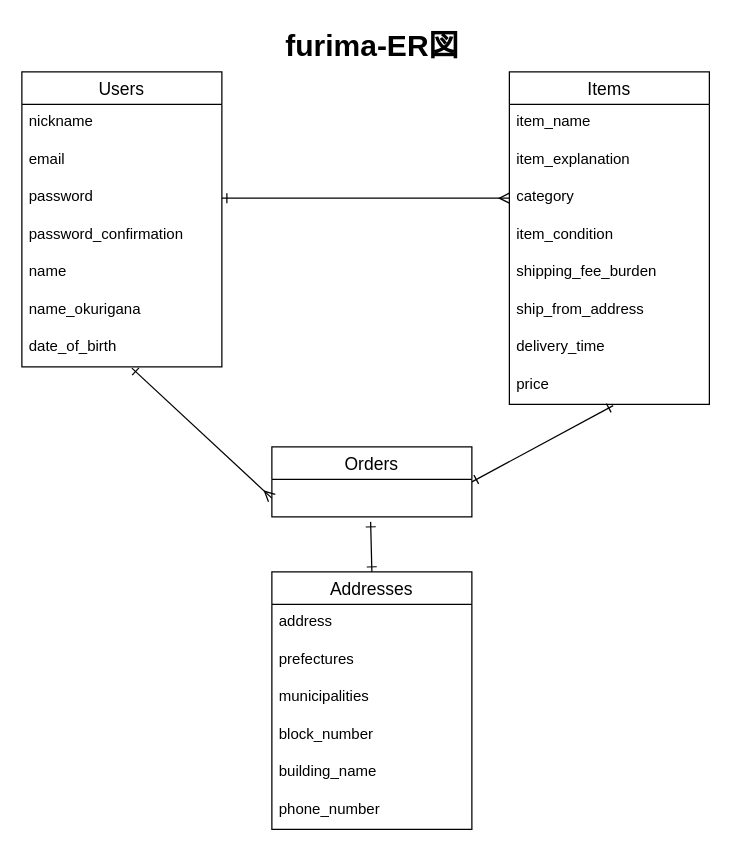
This is furima.dio from okahiro0701/furima-40232, a draw.io file, before an edit. Source tidied: cells renumbered, new cells numbered last; positions are measured from the earlier drawing's top-left corner, leaving out a move shared by most shapes. Both pictures are drawn from the tidied source at 125%, with x=0, y=0 at pixel (21, 21).
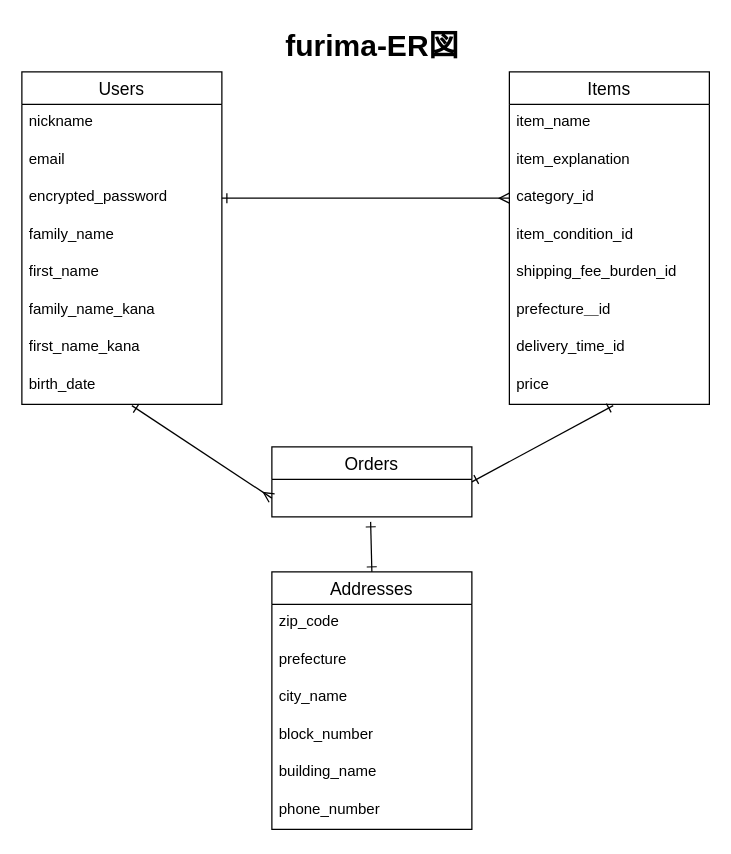
The same diagram, later.

Commit message (it also covers changes not shown here):
DB設計の修正2

The change refers to these unchanged cells:
```xml
<mxCell id="11" value="Items" style="swimlane;fontStyle=0;horizontal=1;startSize=26;align=center;fontSize=14;" parent="1" vertex="1">
  <mxGeometry x="390" y="40" width="160" height="266" as="geometry" />
</mxCell>
<mxCell id="24" value="Addresses" style="swimlane;fontStyle=0;horizontal=1;startSize=26;align=center;fontSize=14;" parent="1" vertex="1">
  <mxGeometry x="200" y="440" width="160" height="206" as="geometry" />
</mxCell>
```

The edit, as a diff of the source:
```diff
@@
     <mxCell id="3" value="Users" style="swimlane;fontStyle=0;horizontal=1;startSize=26;align=center;fontSize=14;" parent="1" vertex="1">
-      <mxGeometry y="40" width="160" height="236" as="geometry" />
+      <mxGeometry y="40" width="160" height="266" as="geometry" />
     </mxCell>
@@
-    <mxCell id="6" value="password&#10;" style="text;strokeColor=none;fillColor=none;spacingLeft=4;spacingRight=4;overflow=hidden;points=[[0,0.5],[1,0.5]];portConstraint=eastwest;fontSize=12;" parent="3" vertex="1">
+    <mxCell id="6" value="encrypted_password" style="text;strokeColor=none;fillColor=none;spacingLeft=4;spacingRight=4;overflow=hidden;points=[[0,0.5],[1,0.5]];portConstraint=eastwest;fontSize=12;" parent="3" vertex="1">
       <mxGeometry y="86" width="160" height="30" as="geometry" />
     </mxCell>
-    <mxCell id="7" value="password_confirmation" style="text;strokeColor=none;fillColor=none;spacingLeft=4;spacingRight=4;overflow=hidden;fontSize=12;" parent="3" vertex="1">
-      <mxGeometry y="116" width="160" height="30" as="geometry" />
-    </mxCell>
-    <mxCell id="8" value="name" style="text;strokeColor=none;fillColor=none;spacingLeft=4;spacingRight=4;overflow=hidden;fontSize=12;" parent="3" vertex="1">
-      <mxGeometry y="146" width="160" height="30" as="geometry" />
+    <mxCell id="8" value="family_name" style="text;strokeColor=none;fillColor=none;spacingLeft=4;spacingRight=4;overflow=hidden;fontSize=12;" parent="3" vertex="1">
+      <mxGeometry y="116" width="160" height="30" as="geometry" />
     </mxCell>
+    <mxCell id="32" value="first_name" style="text;strokeColor=none;fillColor=none;spacingLeft=4;spacingRight=4;overflow=hidden;fontSize=12;" parent="3" vertex="1">
+      <mxGeometry y="146" width="160" height="30" as="geometry" />
+    </mxCell>
-    <mxCell id="9" value="name_okurigana" style="text;strokeColor=none;fillColor=none;spacingLeft=4;spacingRight=4;overflow=hidden;fontSize=12;" parent="3" vertex="1">
+    <mxCell id="9" value="family_name_kana" style="text;strokeColor=none;fillColor=none;spacingLeft=4;spacingRight=4;overflow=hidden;fontSize=12;" parent="3" vertex="1">
       <mxGeometry y="176" width="160" height="30" as="geometry" />
     </mxCell>
+    <mxCell id="33" value="first_name_kana" style="text;strokeColor=none;fillColor=none;spacingLeft=4;spacingRight=4;overflow=hidden;fontSize=12;" parent="3" vertex="1">
+      <mxGeometry y="206" width="160" height="30" as="geometry" />
+    </mxCell>
-    <mxCell id="10" value="date_of_birth" style="text;strokeColor=none;fillColor=none;spacingLeft=4;spacingRight=4;overflow=hidden;points=[[0,0.5],[1,0.5]];portConstraint=eastwest;fontSize=12;" parent="3" vertex="1">
-      <mxGeometry y="206" width="160" height="30" as="geometry" />
+    <mxCell id="10" value="birth_date" style="text;strokeColor=none;fillColor=none;spacingLeft=4;spacingRight=4;overflow=hidden;points=[[0,0.5],[1,0.5]];portConstraint=eastwest;fontSize=12;" parent="3" vertex="1">
+      <mxGeometry y="236" width="160" height="30" as="geometry" />
     </mxCell>
@@
-    <mxCell id="14" value="category" style="text;strokeColor=none;fillColor=none;spacingLeft=4;spacingRight=4;overflow=hidden;points=[[0,0.5],[1,0.5]];portConstraint=eastwest;fontSize=12;" parent="11" vertex="1">
+    <mxCell id="14" value="category_id" style="text;strokeColor=none;fillColor=none;spacingLeft=4;spacingRight=4;overflow=hidden;points=[[0,0.5],[1,0.5]];portConstraint=eastwest;fontSize=12;" parent="11" vertex="1">
       <mxGeometry y="86" width="160" height="30" as="geometry" />
     </mxCell>
-    <mxCell id="15" value="item_condition" style="text;strokeColor=none;fillColor=none;spacingLeft=4;spacingRight=4;overflow=hidden;fontSize=12;" parent="11" vertex="1">
+    <mxCell id="15" value="item_condition_id" style="text;strokeColor=none;fillColor=none;spacingLeft=4;spacingRight=4;overflow=hidden;fontSize=12;" parent="11" vertex="1">
       <mxGeometry y="116" width="160" height="30" as="geometry" />
     </mxCell>
-    <mxCell id="16" value="shipping_fee_burden" style="text;strokeColor=none;fillColor=none;spacingLeft=4;spacingRight=4;overflow=hidden;fontSize=12;" parent="11" vertex="1">
+    <mxCell id="16" value="shipping_fee_burden_id" style="text;strokeColor=none;fillColor=none;spacingLeft=4;spacingRight=4;overflow=hidden;fontSize=12;" parent="11" vertex="1">
       <mxGeometry y="146" width="160" height="30" as="geometry" />
     </mxCell>
-    <mxCell id="17" value="ship_from_address" style="text;strokeColor=none;fillColor=none;spacingLeft=4;spacingRight=4;overflow=hidden;fontSize=12;" parent="11" vertex="1">
+    <mxCell id="17" value="prefecture＿id" style="text;strokeColor=none;fillColor=none;spacingLeft=4;spacingRight=4;overflow=hidden;fontSize=12;" parent="11" vertex="1">
       <mxGeometry y="176" width="160" height="30" as="geometry" />
     </mxCell>
-    <mxCell id="18" value="delivery_time" style="text;strokeColor=none;fillColor=none;spacingLeft=4;spacingRight=4;overflow=hidden;fontSize=12;" parent="11" vertex="1">
+    <mxCell id="18" value="delivery_time_id" style="text;strokeColor=none;fillColor=none;spacingLeft=4;spacingRight=4;overflow=hidden;fontSize=12;" parent="11" vertex="1">
       <mxGeometry y="206" width="160" height="30" as="geometry" />
     </mxCell>
@@
-    <mxCell id="25" value="address" style="text;strokeColor=none;fillColor=none;spacingLeft=4;spacingRight=4;overflow=hidden;fontSize=12;" parent="24" vertex="1">
+    <mxCell id="25" value="zip_code" style="text;strokeColor=none;fillColor=none;spacingLeft=4;spacingRight=4;overflow=hidden;fontSize=12;" parent="24" vertex="1">
       <mxGeometry y="26" width="160" height="30" as="geometry" />
     </mxCell>
-    <mxCell id="26" value="prefectures" style="text;strokeColor=none;fillColor=none;spacingLeft=4;spacingRight=4;overflow=hidden;fontSize=12;" parent="24" vertex="1">
+    <mxCell id="26" value="prefecture" style="text;strokeColor=none;fillColor=none;spacingLeft=4;spacingRight=4;overflow=hidden;fontSize=12;" parent="24" vertex="1">
       <mxGeometry y="56" width="160" height="30" as="geometry" />
     </mxCell>
-    <mxCell id="27" value="municipalities" style="text;strokeColor=none;fillColor=none;spacingLeft=4;spacingRight=4;overflow=hidden;fontSize=12;" parent="24" vertex="1">
+    <mxCell id="27" value="city_name" style="text;strokeColor=none;fillColor=none;spacingLeft=4;spacingRight=4;overflow=hidden;fontSize=12;" parent="24" vertex="1">
       <mxGeometry y="86" width="160" height="30" as="geometry" />
     </mxCell>
```
